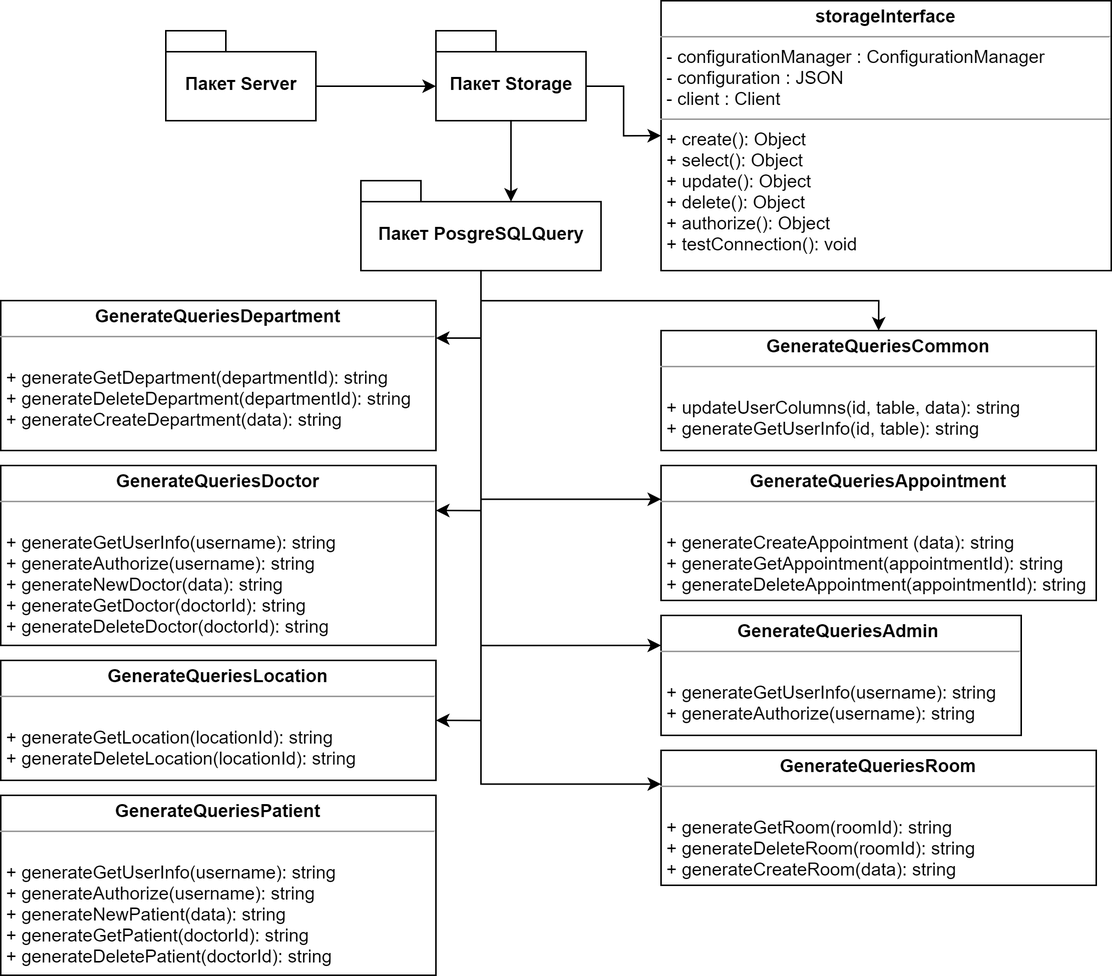
arturyumaev/Bachelor-Diploma-Docs keeps this draw.io diagram as uml server modules.png. Above is the earlier version. Source tidied: cells renumbered, new cells last; positions are measured from the earlier drawing's top-left corner, leaving out a move shared by most shapes.
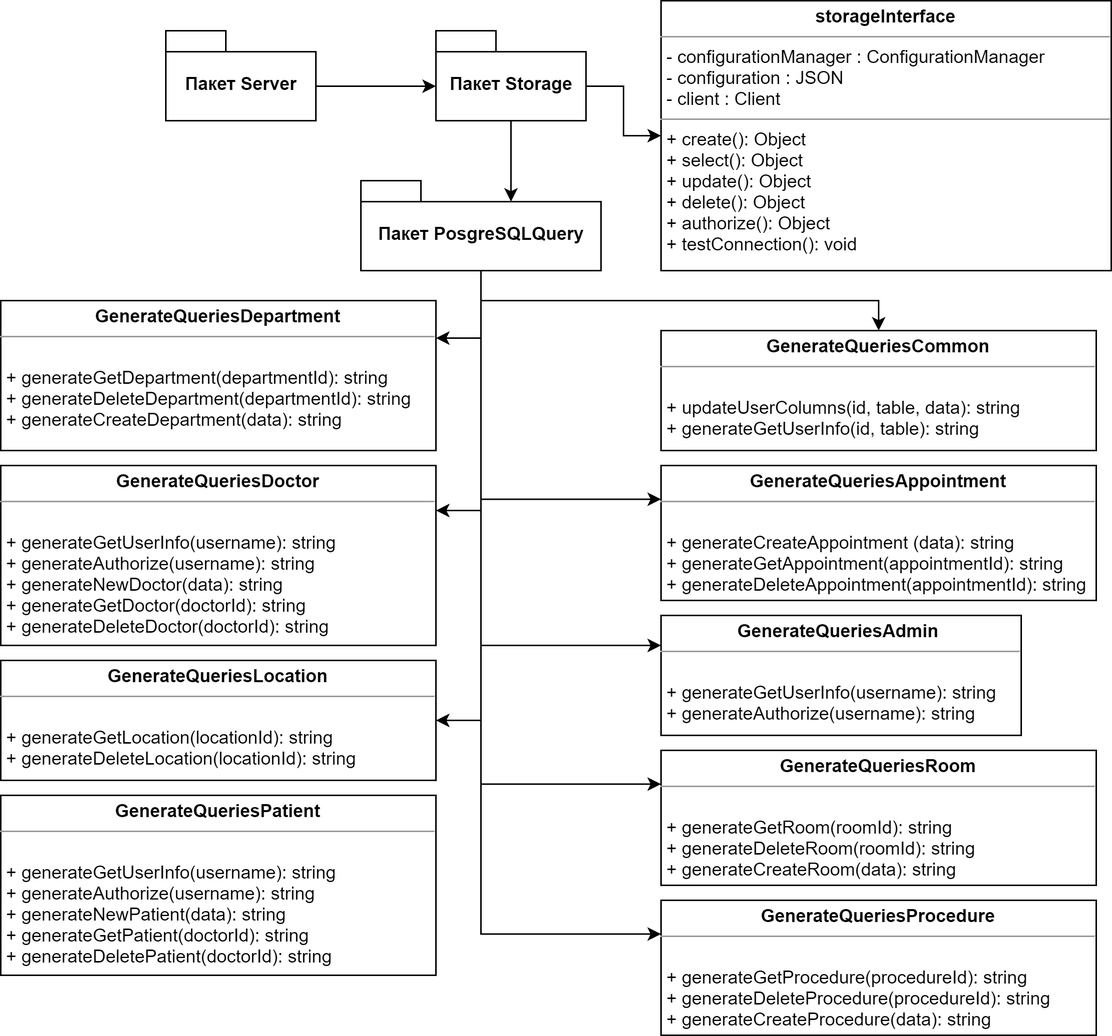
Later version of the same file.

The edit, as a diff of the source:
```diff
@@ -41,6 +41,9 @@
     <mxCell id="14" style="edgeStyle=orthogonalEdgeStyle;rounded=0;jettySize=auto;html=1;exitX=0.5;exitY=1;exitDx=0;exitDy=0;exitPerimeter=0;entryX=0;entryY=0.25;entryDx=0;entryDy=0;" parent="1" edge="1" source="15" target="23">
       <mxGeometry relative="1" as="geometry" />
     </mxCell>
+    <mxCell id="24" style="edgeStyle=orthogonalEdgeStyle;rounded=0;jettySize=auto;html=1;exitX=0.5;exitY=1;exitDx=0;exitDy=0;exitPerimeter=0;entryX=0;entryY=0.25;entryDx=0;entryDy=0;" parent="1" edge="1" source="15" target="25">
+      <mxGeometry relative="1" as="geometry" />
+    </mxCell>
     <mxCell id="15" value="Пакет PosgreSQLQuery" style="shape=folder;fontStyle=1;spacingTop=10;tabWidth=40;tabHeight=14;tabPosition=left;html=1;" parent="1" vertex="1">
       <mxGeometry x="240" y="120" width="160" height="60" as="geometry" />
     </mxCell>
@@ -68,5 +71,8 @@
     <mxCell id="23" value="&lt;p style=&quot;margin: 0px ; margin-top: 4px ; text-align: center&quot;&gt;&lt;b&gt;GenerateQueriesRoom&lt;/b&gt;&lt;br&gt;&lt;/p&gt;&lt;hr size=&quot;1&quot;&gt;&lt;p style=&quot;margin: 0px ; margin-left: 4px&quot;&gt;&lt;br&gt;&lt;/p&gt;&lt;p style=&quot;margin: 0px ; margin-left: 4px&quot;&gt;+ generateGetRoom(roomId): string&lt;/p&gt;&lt;p style=&quot;margin: 0px ; margin-left: 4px&quot;&gt;+ generateDeleteRoom(roomId): string&lt;/p&gt;&lt;p style=&quot;margin: 0px ; margin-left: 4px&quot;&gt;+&amp;nbsp;generateCreateRoom(data): string&lt;/p&gt;" style="verticalAlign=top;align=left;overflow=fill;fontSize=12;fontFamily=Helvetica;html=1;" parent="1" vertex="1">
       <mxGeometry x="440" y="500" width="290" height="90" as="geometry" />
     </mxCell>
+    <mxCell id="25" value="&lt;p style=&quot;margin: 0px ; margin-top: 4px ; text-align: center&quot;&gt;&lt;b&gt;GenerateQueriesProcedure&lt;/b&gt;&lt;br&gt;&lt;/p&gt;&lt;hr size=&quot;1&quot;&gt;&lt;p style=&quot;margin: 0px ; margin-left: 4px&quot;&gt;&lt;br&gt;&lt;/p&gt;&lt;p style=&quot;margin: 0px ; margin-left: 4px&quot;&gt;+ generateGetProcedure(procedureId): string&lt;/p&gt;&lt;p style=&quot;margin: 0px ; margin-left: 4px&quot;&gt;+ generateDeleteProcedure(procedureId): string&lt;/p&gt;&lt;p style=&quot;margin: 0px ; margin-left: 4px&quot;&gt;+&amp;nbsp;generateCreateProcedure(data): string&lt;/p&gt;" style="verticalAlign=top;align=left;overflow=fill;fontSize=12;fontFamily=Helvetica;html=1;" parent="1" vertex="1">
+      <mxGeometry x="440" y="600" width="290" height="90" as="geometry" />
+    </mxCell>
   </root>
 </mxGraphModel>
```
